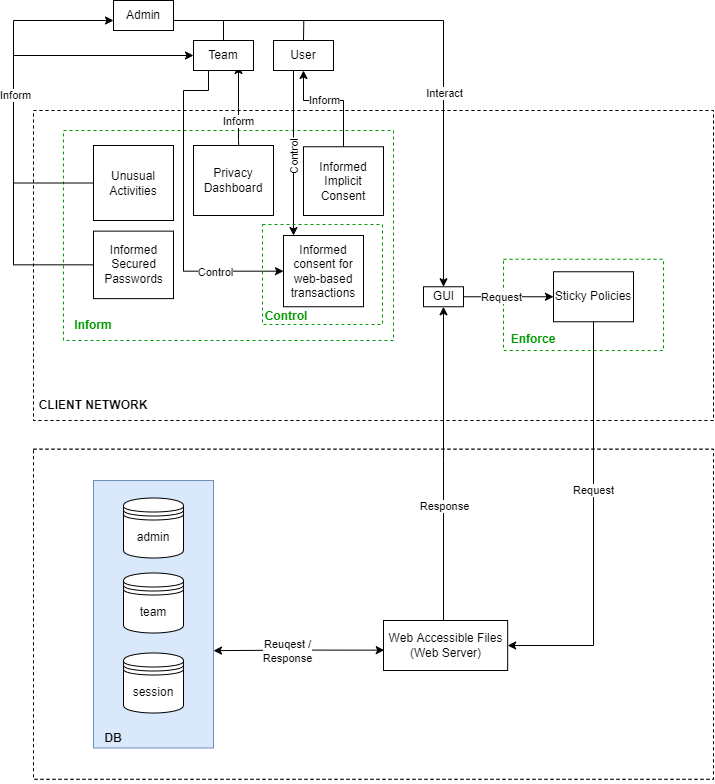
The draw.io diagram Process_Oriented_Strategies_class_diagram.drawio.png in claudialorusso/CivicSense, before a commit. Source tidied: cells renumbered, new cells last; positions are measured from the earlier drawing's top-left corner, leaving out a move shared by most shapes.
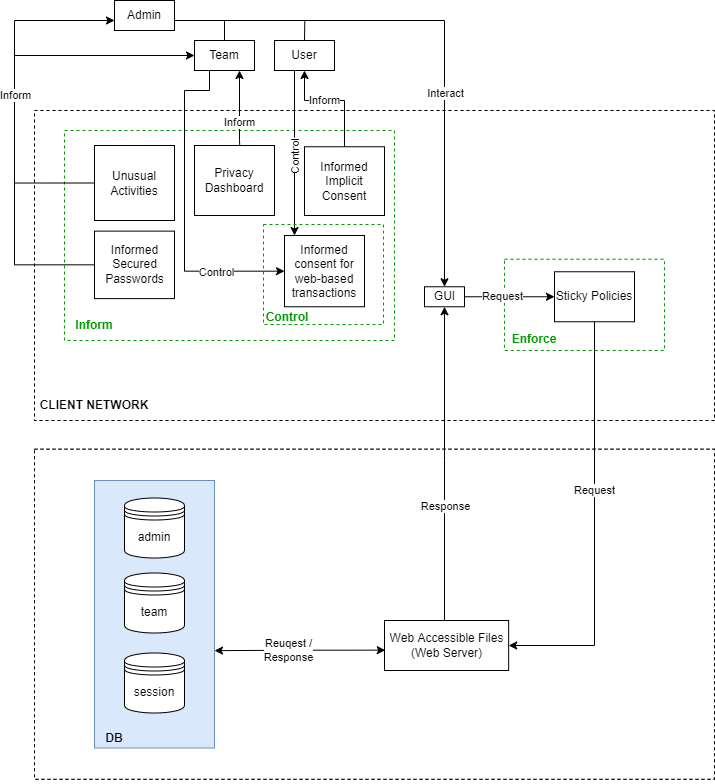
Later version of the same file.

Change to the diagram source:
```diff
@@ -230,9 +230,8 @@
     <mxCell id="58" value="Admin" style="rounded=0;whiteSpace=wrap;html=1;" parent="1" vertex="1">
       <mxGeometry x="100" width="60" height="30" as="geometry" />
     </mxCell>
-    <mxCell id="59" style="edgeStyle=orthogonalEdgeStyle;rounded=0;jettySize=auto;html=1;startArrow=classic;startFill=1;endArrow=none;endFill=0;entryX=0.566;entryY=0.013;entryDx=0;entryDy=0;exitX=0.75;exitY=1;exitDx=0;exitDy=0;entryPerimeter=0;" parent="1" edge="1" target="76">
+    <mxCell id="59" style="edgeStyle=orthogonalEdgeStyle;rounded=0;jettySize=auto;html=1;startArrow=classic;startFill=1;endArrow=none;endFill=0;entryX=0.566;entryY=0.013;entryDx=0;entryDy=0;exitX=0.75;exitY=1;exitDx=0;exitDy=0;entryPerimeter=0;" parent="1" edge="1" source="63" target="76">
       <mxGeometry relative="1" as="geometry">
-        <mxPoint x="225" y="65" as="sourcePoint" />
         <Array as="points">
           <mxPoint x="225" y="140" />
           <mxPoint x="225" y="140" />
```
